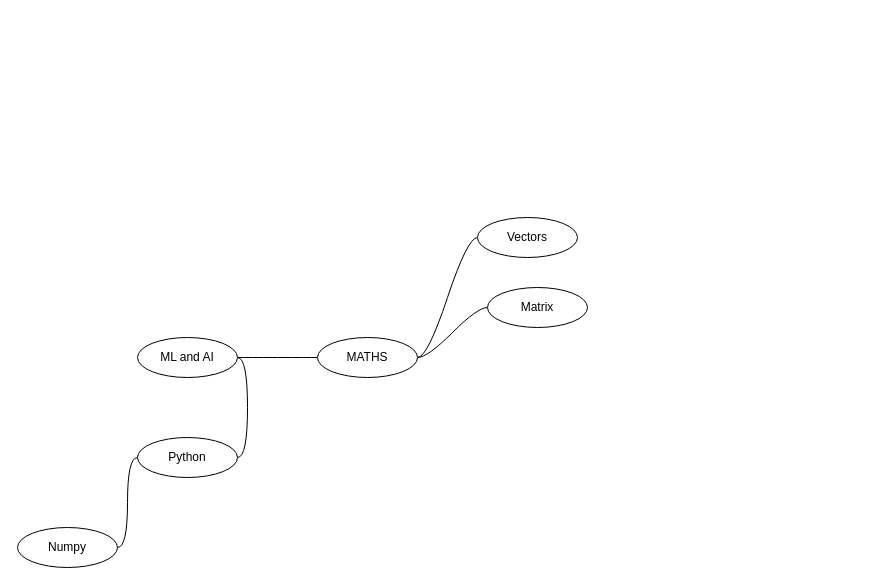
Above: AI_STUDY_MINDMAP.drawio in anupam-newgen/aimlstudies (draw.io), before the change. Source tidied: cells renumbered, new cells numbered last; positions are measured from the earlier drawing's top-left corner, leaving out a move shared by most shapes. Both pictures are drawn from the tidied source at 100%, with x=0, y=0 at pixel (17, 217).
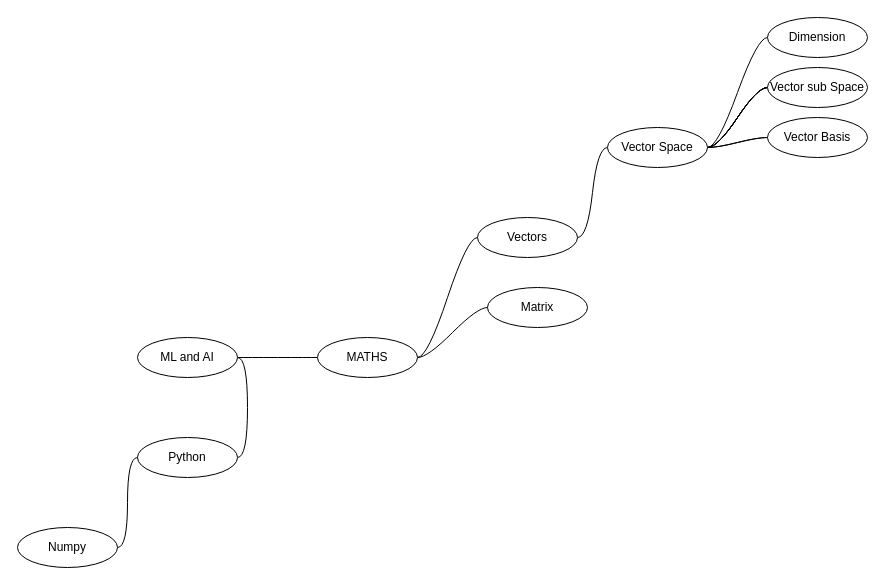
After the change.

The change refers to these unchanged cells:
```xml
<mxCell id="8" value="Vectors" style="ellipse;whiteSpace=wrap;html=1;align=center;newEdgeStyle={&quot;edgeStyle&quot;:&quot;entityRelationEdgeStyle&quot;,&quot;startArrow&quot;:&quot;none&quot;,&quot;endArrow&quot;:&quot;none&quot;,&quot;segment&quot;:10,&quot;curved&quot;:1,&quot;sourcePerimeterSpacing&quot;:0,&quot;targetPerimeterSpacing&quot;:0};" parent="1" vertex="1">
  <mxGeometry x="460" width="100" height="40" as="geometry" />
</mxCell>
```

Change to the diagram source:
```diff
@@
+    <mxCell id="13" style="edgeStyle=entityRelationEdgeStyle;rounded=0;jettySize=auto;html=1;startArrow=none;endArrow=none;segment=10;curved=1;sourcePerimeterSpacing=0;targetPerimeterSpacing=0;" parent="1" edge="1" source="8" target="22">
+      <mxGeometry relative="1" as="geometry" />
+    </mxCell>
@@
+    <mxCell id="14" style="edgeStyle=entityRelationEdgeStyle;rounded=0;jettySize=auto;html=1;startArrow=none;endArrow=none;segment=10;curved=1;sourcePerimeterSpacing=0;targetPerimeterSpacing=0;" parent="1" edge="1" source="22" target="23">
+      <mxGeometry relative="1" as="geometry" />
+    </mxCell>
+    <mxCell id="15" style="edgeStyle=entityRelationEdgeStyle;rounded=0;jettySize=auto;html=1;startArrow=none;endArrow=none;segment=10;curved=1;sourcePerimeterSpacing=0;targetPerimeterSpacing=0;" parent="1" edge="1" source="22" target="23">
+      <mxGeometry relative="1" as="geometry" />
+    </mxCell>
+    <mxCell id="16" style="edgeStyle=entityRelationEdgeStyle;rounded=0;jettySize=auto;html=1;startArrow=none;endArrow=none;segment=10;curved=1;sourcePerimeterSpacing=0;targetPerimeterSpacing=0;" parent="1" edge="1" source="22" target="23">
+      <mxGeometry relative="1" as="geometry" />
+    </mxCell>
+    <mxCell id="17" style="edgeStyle=entityRelationEdgeStyle;rounded=0;jettySize=auto;html=1;startArrow=none;endArrow=none;segment=10;curved=1;sourcePerimeterSpacing=0;targetPerimeterSpacing=0;" parent="1" edge="1" source="22" target="23">
+      <mxGeometry relative="1" as="geometry" />
+    </mxCell>
+    <mxCell id="18" style="edgeStyle=entityRelationEdgeStyle;rounded=0;jettySize=auto;html=1;startArrow=none;endArrow=none;segment=10;curved=1;sourcePerimeterSpacing=0;targetPerimeterSpacing=0;" parent="1" edge="1" source="22" target="23">
+      <mxGeometry relative="1" as="geometry" />
+    </mxCell>
+    <mxCell id="19" style="edgeStyle=entityRelationEdgeStyle;rounded=0;jettySize=auto;html=1;startArrow=none;endArrow=none;segment=10;curved=1;sourcePerimeterSpacing=0;targetPerimeterSpacing=0;" parent="1" edge="1" source="22" target="24">
+      <mxGeometry relative="1" as="geometry" />
+    </mxCell>
+    <mxCell id="20" style="edgeStyle=entityRelationEdgeStyle;rounded=0;jettySize=auto;html=1;startArrow=none;endArrow=none;segment=10;curved=1;sourcePerimeterSpacing=0;targetPerimeterSpacing=0;" parent="1" edge="1" source="22" target="24">
+      <mxGeometry relative="1" as="geometry" />
+    </mxCell>
+    <mxCell id="21" style="edgeStyle=entityRelationEdgeStyle;rounded=0;jettySize=auto;html=1;startArrow=none;endArrow=none;segment=10;curved=1;sourcePerimeterSpacing=0;targetPerimeterSpacing=0;" parent="1" edge="1" source="22" target="25">
+      <mxGeometry relative="1" as="geometry" />
+    </mxCell>
+    <mxCell id="22" value="Vector Space" style="ellipse;whiteSpace=wrap;html=1;align=center;newEdgeStyle={&quot;edgeStyle&quot;:&quot;entityRelationEdgeStyle&quot;,&quot;startArrow&quot;:&quot;none&quot;,&quot;endArrow&quot;:&quot;none&quot;,&quot;segment&quot;:10,&quot;curved&quot;:1,&quot;sourcePerimeterSpacing&quot;:0,&quot;targetPerimeterSpacing&quot;:0};" parent="1" vertex="1">
+      <mxGeometry x="590" y="-90" width="100" height="40" as="geometry" />
+    </mxCell>
+    <mxCell id="23" value="Vector sub Space" style="ellipse;whiteSpace=wrap;html=1;align=center;newEdgeStyle={&quot;edgeStyle&quot;:&quot;entityRelationEdgeStyle&quot;,&quot;startArrow&quot;:&quot;none&quot;,&quot;endArrow&quot;:&quot;none&quot;,&quot;segment&quot;:10,&quot;curved&quot;:1,&quot;sourcePerimeterSpacing&quot;:0,&quot;targetPerimeterSpacing&quot;:0};" parent="1" vertex="1">
+      <mxGeometry x="750" y="-150" width="100" height="40" as="geometry" />
+    </mxCell>
+    <mxCell id="24" value="Vector Basis" style="ellipse;whiteSpace=wrap;html=1;align=center;newEdgeStyle={&quot;edgeStyle&quot;:&quot;entityRelationEdgeStyle&quot;,&quot;startArrow&quot;:&quot;none&quot;,&quot;endArrow&quot;:&quot;none&quot;,&quot;segment&quot;:10,&quot;curved&quot;:1,&quot;sourcePerimeterSpacing&quot;:0,&quot;targetPerimeterSpacing&quot;:0};" parent="1" vertex="1">
+      <mxGeometry x="750" y="-100" width="100" height="40" as="geometry" />
+    </mxCell>
+    <mxCell id="25" value="Dimension" style="ellipse;whiteSpace=wrap;html=1;align=center;newEdgeStyle={&quot;edgeStyle&quot;:&quot;entityRelationEdgeStyle&quot;,&quot;startArrow&quot;:&quot;none&quot;,&quot;endArrow&quot;:&quot;none&quot;,&quot;segment&quot;:10,&quot;curved&quot;:1,&quot;sourcePerimeterSpacing&quot;:0,&quot;targetPerimeterSpacing&quot;:0};" parent="1" vertex="1">
+      <mxGeometry x="750" y="-200" width="100" height="40" as="geometry" />
+    </mxCell>
```
